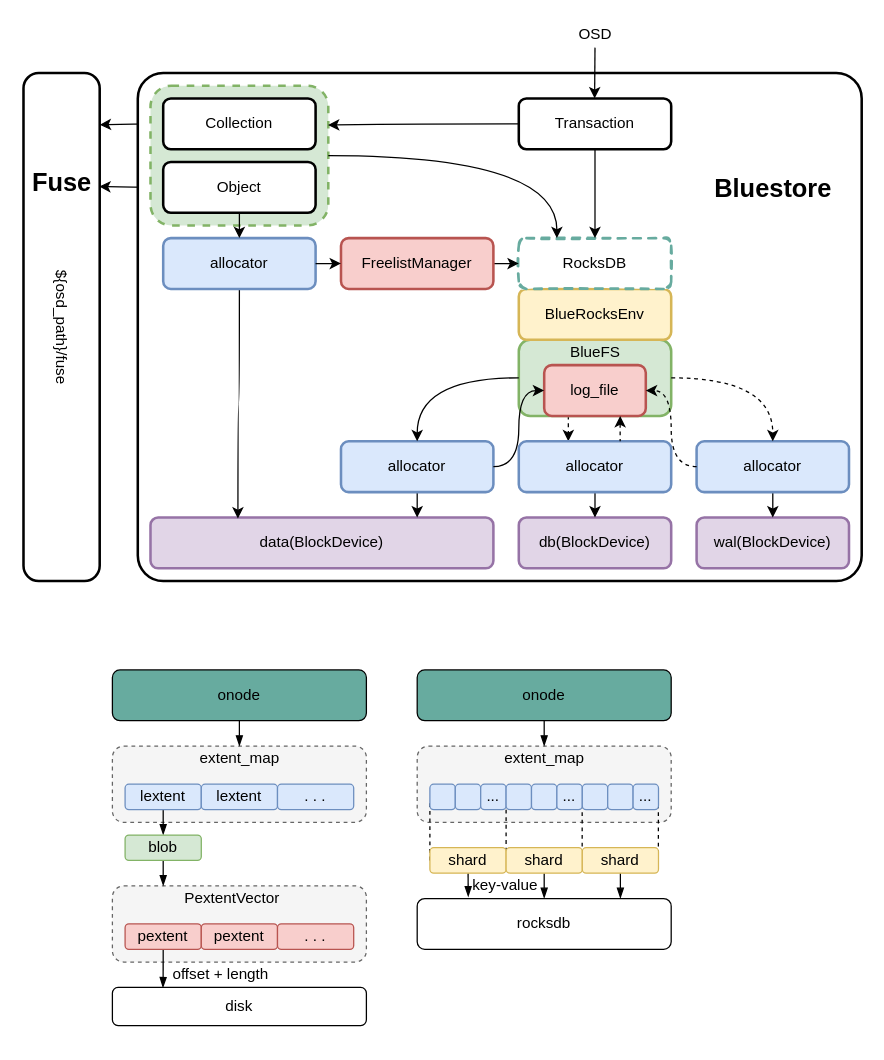
This is page "Bluestore" (1 of 3) of ceph/bluestore.drawio from EarthWind/deeparch, a draw.io file, before an edit. Source tidied: cells renumbered, new cells numbered last; positions are measured from the earlier drawing's top-left corner, leaving out a move shared by most shapes. Both pictures are drawn from the tidied source at 127%, with x=0, y=0 at pixel (-9, 22).
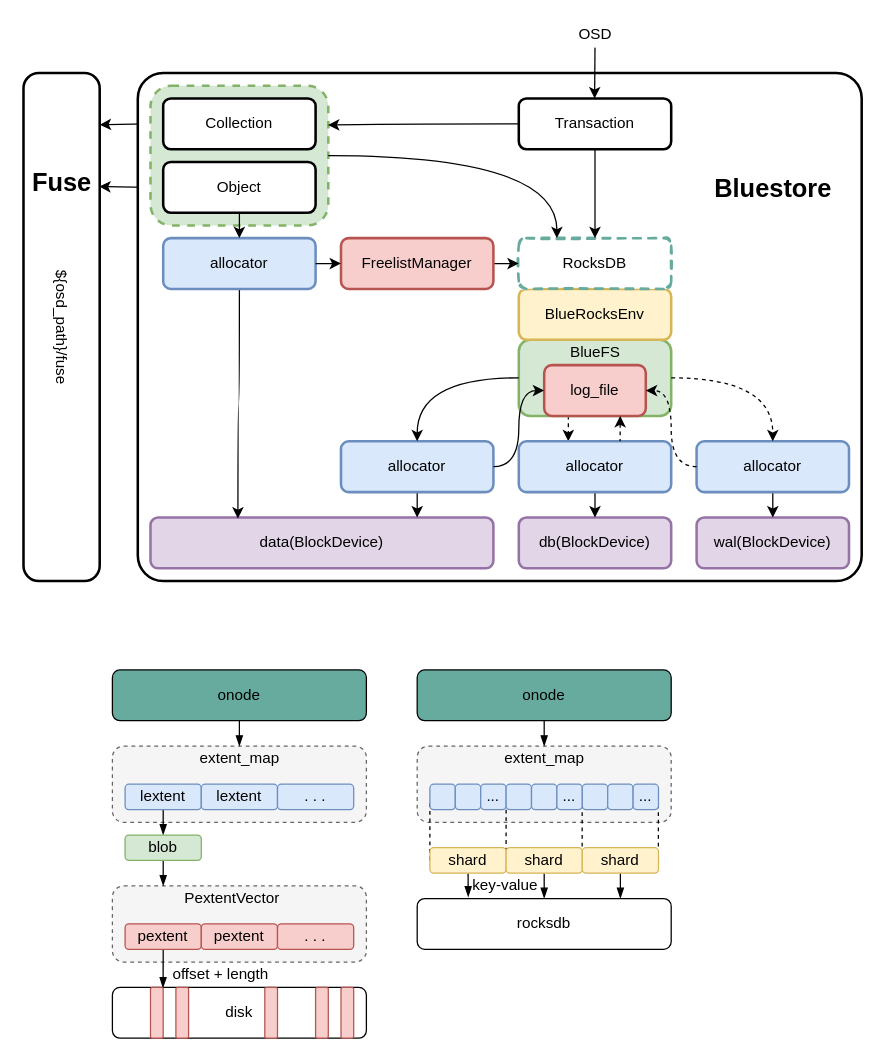
The same diagram, later.

The edit, as a diff of the source:
```diff
@@
     <mxCell id="27" value="&lt;span&gt;disk&lt;br&gt;&lt;/span&gt;" style="rounded=1;whiteSpace=wrap;html=1;strokeWidth=1;fillWeight=1;hachureGap=4;hachureAngle=45;sketch=0;fontStyle=0;" parent="1" vertex="1">
-      <mxGeometry x="95" y="760" width="200" height="30" as="geometry" />
+      <mxGeometry x="95" y="760" width="200" height="40" as="geometry" />
     </mxCell>
@@
+    <mxCell id="87" value="&lt;span&gt;&lt;br&gt;&lt;/span&gt;" style="rounded=1;whiteSpace=wrap;html=1;strokeWidth=1;fillWeight=1;hachureGap=4;hachureAngle=45;sketch=0;fontStyle=0;fillColor=#f8cecc;strokeColor=#b85450;" parent="1" vertex="1">
+      <mxGeometry x="125" y="760" width="10" height="40" as="geometry" />
+    </mxCell>
+    <mxCell id="88" value="&lt;span&gt;&lt;br&gt;&lt;/span&gt;" style="rounded=1;whiteSpace=wrap;html=1;strokeWidth=1;fillWeight=1;hachureGap=4;hachureAngle=45;sketch=0;fontStyle=0;fillColor=#f8cecc;strokeColor=#b85450;" parent="1" vertex="1">
+      <mxGeometry x="145" y="760" width="10" height="40" as="geometry" />
+    </mxCell>
+    <mxCell id="89" value="&lt;span&gt;&lt;br&gt;&lt;/span&gt;" style="rounded=1;whiteSpace=wrap;html=1;strokeWidth=1;fillWeight=1;hachureGap=4;hachureAngle=45;sketch=0;fontStyle=0;fillColor=#f8cecc;strokeColor=#b85450;" parent="1" vertex="1">
+      <mxGeometry x="215" y="760" width="10" height="40" as="geometry" />
+    </mxCell>
+    <mxCell id="90" value="&lt;span&gt;&lt;br&gt;&lt;/span&gt;" style="rounded=1;whiteSpace=wrap;html=1;strokeWidth=1;fillWeight=1;hachureGap=4;hachureAngle=45;sketch=0;fontStyle=0;fillColor=#f8cecc;strokeColor=#b85450;" parent="1" vertex="1">
+      <mxGeometry x="255" y="760" width="10" height="40" as="geometry" />
+    </mxCell>
+    <mxCell id="91" value="&lt;span&gt;&lt;br&gt;&lt;/span&gt;" style="rounded=1;whiteSpace=wrap;html=1;strokeWidth=1;fillWeight=1;hachureGap=4;hachureAngle=45;sketch=0;fontStyle=0;fillColor=#f8cecc;strokeColor=#b85450;" parent="1" vertex="1">
+      <mxGeometry x="275" y="760" width="10" height="40" as="geometry" />
+    </mxCell>
```
